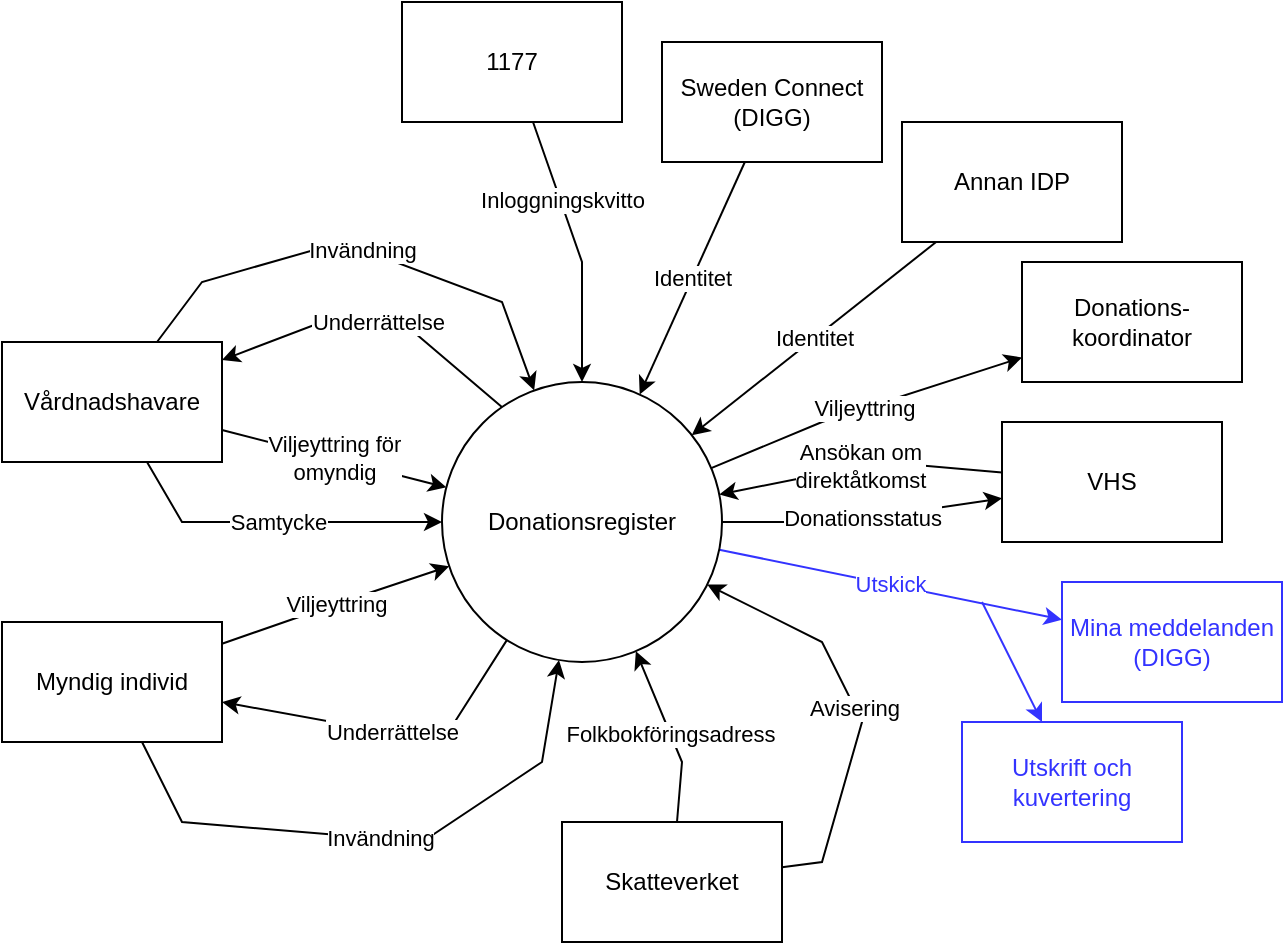
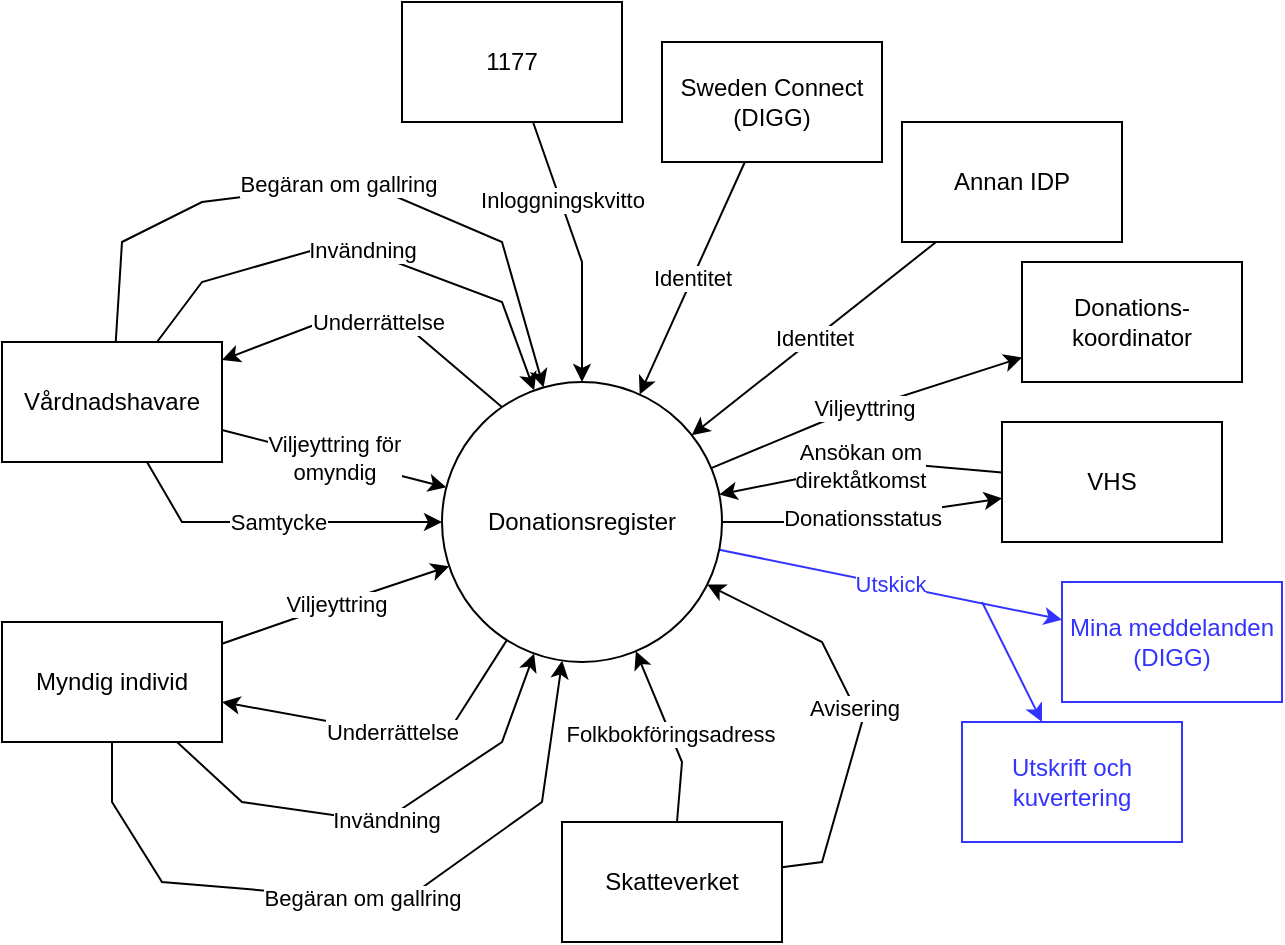
<mxfile host="app.diagrams.net">
  <diagram name="Sida-1" id="F3DC_KPKV7Cfi4B8QXFW">
    <mxGraphModel dx="945" dy="534" grid="1" gridSize="10" guides="1" tooltips="1" connect="1" arrows="1" fold="1" page="1" pageScale="1" pageWidth="1654" pageHeight="1169" math="0" shadow="0">
      <root>
        <mxCell id="0" />
        <mxCell id="1" parent="0" />
        <mxCell id="8-SjN_EHFgN-SorVCnXN-8" edge="1" parent="1" source="8-SjN_EHFgN-SorVCnXN-1" style="edgeStyle=none;shape=connector;rounded=0;orthogonalLoop=1;jettySize=auto;html=1;strokeColor=default;align=center;verticalAlign=middle;fontFamily=Helvetica;fontSize=11;fontColor=default;labelBackgroundColor=default;endArrow=classic;exitX=0.238;exitY=0.11;exitDx=0;exitDy=0;exitPerimeter=0;" target="8-SjN_EHFgN-SorVCnXN-2" value="Underrättelse">
          <mxGeometry relative="1" as="geometry">
            <Array as="points">
              <mxPoint x="270" y="300" />
              <mxPoint x="230" y="300" />
            </Array>
          </mxGeometry>
        </mxCell>
        <mxCell id="8-SjN_EHFgN-SorVCnXN-9" edge="1" parent="1" source="8-SjN_EHFgN-SorVCnXN-1" style="edgeStyle=none;shape=connector;rounded=0;orthogonalLoop=1;jettySize=auto;html=1;strokeColor=default;align=center;verticalAlign=middle;fontFamily=Helvetica;fontSize=11;fontColor=default;labelBackgroundColor=default;endArrow=classic;" target="8-SjN_EHFgN-SorVCnXN-4" value="Underrättelse">
          <mxGeometry relative="1" as="geometry">
            <Array as="points">
              <mxPoint x="290" y="510" />
            </Array>
          </mxGeometry>
        </mxCell>
        <mxCell id="vmO4fVELBJI4xzzginw8-5" edge="1" parent="1" source="8-SjN_EHFgN-SorVCnXN-1" style="edgeStyle=none;shape=connector;rounded=0;orthogonalLoop=1;jettySize=auto;html=1;strokeColor=default;align=center;verticalAlign=middle;fontFamily=Helvetica;fontSize=11;fontColor=default;labelBackgroundColor=default;endArrow=classic;" target="vmO4fVELBJI4xzzginw8-4" value="Donationsstatus">
          <mxGeometry relative="1" as="geometry">
            <Array as="points">
              <mxPoint x="490" y="400" />
            </Array>
          </mxGeometry>
        </mxCell>
        <mxCell id="vmO4fVELBJI4xzzginw8-6" edge="1" parent="1" source="8-SjN_EHFgN-SorVCnXN-1" style="edgeStyle=none;shape=connector;rounded=0;orthogonalLoop=1;jettySize=auto;html=1;strokeColor=default;align=center;verticalAlign=middle;fontFamily=Helvetica;fontSize=11;fontColor=default;labelBackgroundColor=default;endArrow=classic;" target="vmO4fVELBJI4xzzginw8-3" value="Viljeyttring">
          <mxGeometry relative="1" as="geometry">
            <Array as="points">
              <mxPoint x="480" y="350" />
            </Array>
          </mxGeometry>
        </mxCell>
        <mxCell id="vmO4fVELBJI4xzzginw8-18" edge="1" parent="1" source="8-SjN_EHFgN-SorVCnXN-1" style="edgeStyle=none;shape=connector;rounded=0;orthogonalLoop=1;jettySize=auto;html=1;strokeColor=#3333FF;align=center;verticalAlign=middle;fontFamily=Helvetica;fontSize=11;fontColor=#3333FF;labelBackgroundColor=default;endArrow=classic;" target="vmO4fVELBJI4xzzginw8-14" value="Utskick">
          <mxGeometry relative="1" as="geometry" />
        </mxCell>
        <mxCell id="vmO4fVELBJI4xzzginw8-19" edge="1" parent="1" style="edgeStyle=none;shape=connector;rounded=0;orthogonalLoop=1;jettySize=auto;html=1;strokeColor=#3333FF;align=center;verticalAlign=middle;fontFamily=Helvetica;fontSize=11;fontColor=#3333FF;labelBackgroundColor=default;endArrow=classic;" target="vmO4fVELBJI4xzzginw8-17">
          <mxGeometry relative="1" as="geometry">
            <mxPoint x="560" y="440" as="sourcePoint" />
          </mxGeometry>
        </mxCell>
        <mxCell id="8-SjN_EHFgN-SorVCnXN-1" parent="1" style="ellipse;whiteSpace=wrap;html=1;aspect=fixed;" value="Donationsregister" vertex="1">
          <mxGeometry height="140" width="140" x="290" y="330" as="geometry" />
        </mxCell>
        <mxCell id="8-SjN_EHFgN-SorVCnXN-5" edge="1" parent="1" source="8-SjN_EHFgN-SorVCnXN-2" style="rounded=0;orthogonalLoop=1;jettySize=auto;html=1;strokeColor=default;align=center;verticalAlign=middle;fontFamily=Helvetica;fontSize=11;fontColor=default;labelBackgroundColor=default;endArrow=classic;" target="8-SjN_EHFgN-SorVCnXN-1" value="Viljeyttring för&lt;div&gt;omyndig&lt;/div&gt;">
          <mxGeometry relative="1" as="geometry" />
        </mxCell>
        <mxCell id="vmO4fVELBJI4xzzginw8-1" edge="1" parent="1" source="8-SjN_EHFgN-SorVCnXN-2" style="edgeStyle=none;shape=connector;rounded=0;orthogonalLoop=1;jettySize=auto;html=1;strokeColor=default;align=center;verticalAlign=middle;fontFamily=Helvetica;fontSize=11;fontColor=default;labelBackgroundColor=default;endArrow=classic;curved=0;" target="8-SjN_EHFgN-SorVCnXN-1" value="Invändning">
          <mxGeometry relative="1" as="geometry">
            <Array as="points">
              <mxPoint x="170" y="280" />
              <mxPoint x="240" y="260" />
              <mxPoint x="320" y="290" />
            </Array>
          </mxGeometry>
        </mxCell>
        <mxCell id="vmO4fVELBJI4xzzginw8-29" edge="1" parent="1" source="8-SjN_EHFgN-SorVCnXN-2" style="edgeStyle=none;shape=connector;rounded=0;orthogonalLoop=1;jettySize=auto;html=1;strokeColor=default;align=center;verticalAlign=middle;fontFamily=Helvetica;fontSize=11;fontColor=default;labelBackgroundColor=default;endArrow=classic;" target="8-SjN_EHFgN-SorVCnXN-1" value="Samtycke">
          <mxGeometry relative="1" as="geometry">
            <Array as="points">
              <mxPoint x="160" y="400" />
            </Array>
          </mxGeometry>
        </mxCell>
+         <mxCell id="vmO4fVELBJI4xzzginw8-31" edge="1" parent="1" source="8-SjN_EHFgN-SorVCnXN-2" style="edgeStyle=none;shape=connector;rounded=0;orthogonalLoop=1;jettySize=auto;html=1;strokeColor=default;align=center;verticalAlign=middle;fontFamily=Helvetica;fontSize=11;fontColor=default;labelBackgroundColor=default;endArrow=classic;" target="8-SjN_EHFgN-SorVCnXN-1" value="Begäran om gallring">
+           <mxGeometry relative="1" as="geometry">
+             <Array as="points">
+               <mxPoint x="130" y="260" />
+               <mxPoint x="170" y="240" />
+               <mxPoint x="250" y="230" />
+               <mxPoint x="320" y="260" />
+             </Array>
+           </mxGeometry>
+         </mxCell>
        <mxCell id="8-SjN_EHFgN-SorVCnXN-2" parent="1" style="rounded=0;whiteSpace=wrap;html=1;" value="Vårdnadshavare" vertex="1">
          <mxGeometry height="60" width="110" x="70" y="310" as="geometry" />
        </mxCell>
        <mxCell id="8-SjN_EHFgN-SorVCnXN-7" edge="1" parent="1" source="8-SjN_EHFgN-SorVCnXN-4" style="shape=connector;rounded=0;orthogonalLoop=1;jettySize=auto;html=1;strokeColor=default;align=center;verticalAlign=middle;fontFamily=Helvetica;fontSize=11;fontColor=default;labelBackgroundColor=default;endArrow=classic;" target="8-SjN_EHFgN-SorVCnXN-1" value="Viljeyttring">
          <mxGeometry relative="1" as="geometry">
            <Array as="points">
              <mxPoint x="240" y="440" />
            </Array>
          </mxGeometry>
        </mxCell>
        <mxCell id="vmO4fVELBJI4xzzginw8-2" edge="1" parent="1" source="8-SjN_EHFgN-SorVCnXN-4" style="edgeStyle=none;shape=connector;rounded=0;orthogonalLoop=1;jettySize=auto;html=1;strokeColor=default;align=center;verticalAlign=middle;fontFamily=Helvetica;fontSize=11;fontColor=default;labelBackgroundColor=default;endArrow=classic;" target="8-SjN_EHFgN-SorVCnXN-1" value="Invändning">
          <mxGeometry relative="1" as="geometry">
            <Array as="points">
-               <mxPoint x="160" y="550" />
-               <mxPoint x="280" y="560" />
-               <mxPoint x="340" y="520" />
+               <mxPoint x="190" y="540" />
+               <mxPoint x="260" y="550" />
+               <mxPoint x="320" y="510" />
+             </Array>
+           </mxGeometry>
+         </mxCell>
+         <mxCell id="vmO4fVELBJI4xzzginw8-32" edge="1" parent="1" source="8-SjN_EHFgN-SorVCnXN-4" style="edgeStyle=none;shape=connector;rounded=0;orthogonalLoop=1;jettySize=auto;html=1;strokeColor=default;align=center;verticalAlign=middle;fontFamily=Helvetica;fontSize=11;fontColor=default;labelBackgroundColor=default;endArrow=classic;" target="8-SjN_EHFgN-SorVCnXN-1" value="Begäran om gallring">
+           <mxGeometry relative="1" as="geometry">
+             <Array as="points">
+               <mxPoint x="125" y="540" />
+               <mxPoint x="150" y="580" />
+               <mxPoint x="270" y="590" />
+               <mxPoint x="340" y="540" />
            </Array>
          </mxGeometry>
        </mxCell>
        <mxCell id="8-SjN_EHFgN-SorVCnXN-4" parent="1" style="rounded=0;whiteSpace=wrap;html=1;" value="Myndig individ" vertex="1">
          <mxGeometry height="60" width="110" x="70" y="450" as="geometry" />
        </mxCell>
        <mxCell id="vmO4fVELBJI4xzzginw8-3" parent="1" style="rounded=0;whiteSpace=wrap;html=1;" value="Donations-&lt;span style=&quot;background-color: transparent; color: light-dark(rgb(0, 0, 0), rgb(255, 255, 255));&quot;&gt;koordinator&lt;/span&gt;" vertex="1">
          <mxGeometry height="60" width="110" x="580" y="270" as="geometry" />
        </mxCell>
        <mxCell id="vmO4fVELBJI4xzzginw8-30" edge="1" parent="1" source="vmO4fVELBJI4xzzginw8-4" style="edgeStyle=none;shape=connector;rounded=0;orthogonalLoop=1;jettySize=auto;html=1;strokeColor=default;align=center;verticalAlign=middle;fontFamily=Helvetica;fontSize=11;fontColor=default;labelBackgroundColor=default;endArrow=classic;" target="8-SjN_EHFgN-SorVCnXN-1" value="Ansökan om&lt;div&gt;direktåtkomst&lt;/div&gt;">
          <mxGeometry relative="1" as="geometry">
            <Array as="points">
              <mxPoint x="510" y="370" />
            </Array>
          </mxGeometry>
        </mxCell>
        <mxCell id="vmO4fVELBJI4xzzginw8-4" parent="1" style="rounded=0;whiteSpace=wrap;html=1;" value="VHS" vertex="1">
          <mxGeometry height="60" width="110" x="570" y="350" as="geometry" />
        </mxCell>
        <mxCell id="vmO4fVELBJI4xzzginw8-9" edge="1" parent="1" source="vmO4fVELBJI4xzzginw8-7" style="edgeStyle=none;shape=connector;rounded=0;orthogonalLoop=1;jettySize=auto;html=1;strokeColor=default;align=center;verticalAlign=middle;fontFamily=Helvetica;fontSize=11;fontColor=default;labelBackgroundColor=default;endArrow=classic;" target="8-SjN_EHFgN-SorVCnXN-1" value="Folkbokföringsadress">
          <mxGeometry relative="1" as="geometry">
            <Array as="points">
              <mxPoint x="410" y="520" />
            </Array>
          </mxGeometry>
        </mxCell>
        <mxCell id="vmO4fVELBJI4xzzginw8-16" edge="1" parent="1" source="vmO4fVELBJI4xzzginw8-7" style="edgeStyle=none;shape=connector;rounded=0;orthogonalLoop=1;jettySize=auto;html=1;strokeColor=default;align=center;verticalAlign=middle;fontFamily=Helvetica;fontSize=11;fontColor=default;labelBackgroundColor=default;endArrow=classic;" target="8-SjN_EHFgN-SorVCnXN-1" value="Avisering">
          <mxGeometry relative="1" as="geometry">
            <Array as="points">
              <mxPoint x="480" y="570" />
              <mxPoint x="500" y="500" />
              <mxPoint x="480" y="460" />
            </Array>
          </mxGeometry>
        </mxCell>
        <mxCell id="vmO4fVELBJI4xzzginw8-7" parent="1" style="rounded=0;whiteSpace=wrap;html=1;" value="Skatteverket" vertex="1">
          <mxGeometry height="60" width="110" x="350" y="550" as="geometry" />
        </mxCell>
        <mxCell id="vmO4fVELBJI4xzzginw8-11" edge="1" parent="1" source="vmO4fVELBJI4xzzginw8-10" style="edgeStyle=none;shape=connector;rounded=0;orthogonalLoop=1;jettySize=auto;html=1;strokeColor=default;align=center;verticalAlign=middle;fontFamily=Helvetica;fontSize=11;fontColor=default;labelBackgroundColor=default;endArrow=classic;" target="8-SjN_EHFgN-SorVCnXN-1" value="Identitet">
          <mxGeometry relative="1" as="geometry" />
        </mxCell>
        <mxCell id="vmO4fVELBJI4xzzginw8-10" parent="1" style="rounded=0;whiteSpace=wrap;html=1;" value="Sweden Connect (DIGG)" vertex="1">
          <mxGeometry height="60" width="110" x="400" y="160" as="geometry" />
        </mxCell>
        <mxCell id="vmO4fVELBJI4xzzginw8-13" edge="1" parent="1" source="vmO4fVELBJI4xzzginw8-12" style="edgeStyle=none;shape=connector;rounded=0;orthogonalLoop=1;jettySize=auto;html=1;strokeColor=default;align=center;verticalAlign=middle;fontFamily=Helvetica;fontSize=11;fontColor=default;labelBackgroundColor=default;endArrow=classic;" target="8-SjN_EHFgN-SorVCnXN-1" value="Identitet">
          <mxGeometry relative="1" as="geometry" />
        </mxCell>
        <mxCell id="vmO4fVELBJI4xzzginw8-12" parent="1" style="rounded=0;whiteSpace=wrap;html=1;" value="Annan IDP" vertex="1">
          <mxGeometry height="60" width="110" x="520" y="200" as="geometry" />
        </mxCell>
        <mxCell id="vmO4fVELBJI4xzzginw8-14" parent="1" style="rounded=0;whiteSpace=wrap;html=1;strokeColor=#3333FF;fontColor=#3333FF;" value="Mina meddelanden (DIGG)" vertex="1">
          <mxGeometry height="60" width="110" x="600" y="430" as="geometry" />
        </mxCell>
        <mxCell id="vmO4fVELBJI4xzzginw8-17" parent="1" style="rounded=0;whiteSpace=wrap;html=1;strokeColor=#3333FF;fontColor=#3333FF;" value="Utskrift och kuvertering" vertex="1">
          <mxGeometry height="60" width="110" x="550" y="500" as="geometry" />
        </mxCell>
        <mxCell id="vmO4fVELBJI4xzzginw8-22" edge="1" parent="1" source="vmO4fVELBJI4xzzginw8-21" style="edgeStyle=none;shape=connector;rounded=0;orthogonalLoop=1;jettySize=auto;html=1;strokeColor=default;align=center;verticalAlign=middle;fontFamily=Helvetica;fontSize=11;fontColor=default;labelBackgroundColor=default;endArrow=classic;" target="8-SjN_EHFgN-SorVCnXN-1" value="&lt;span data-path-to-node=&quot;0&quot; data-index-in-node=&quot;24&quot;&gt;Inloggningskvitto&lt;/span&gt;">
          <mxGeometry relative="1" x="-0.3658" as="geometry">
            <mxPoint y="-1" as="offset" />
            <Array as="points">
              <mxPoint x="360" y="270" />
            </Array>
          </mxGeometry>
        </mxCell>
        <mxCell id="vmO4fVELBJI4xzzginw8-21" parent="1" style="rounded=0;whiteSpace=wrap;html=1;" value="1177" vertex="1">
          <mxGeometry height="60" width="110" x="270" y="140" as="geometry" />
        </mxCell>
      </root>
    </mxGraphModel>
  </diagram>
</mxfile>
